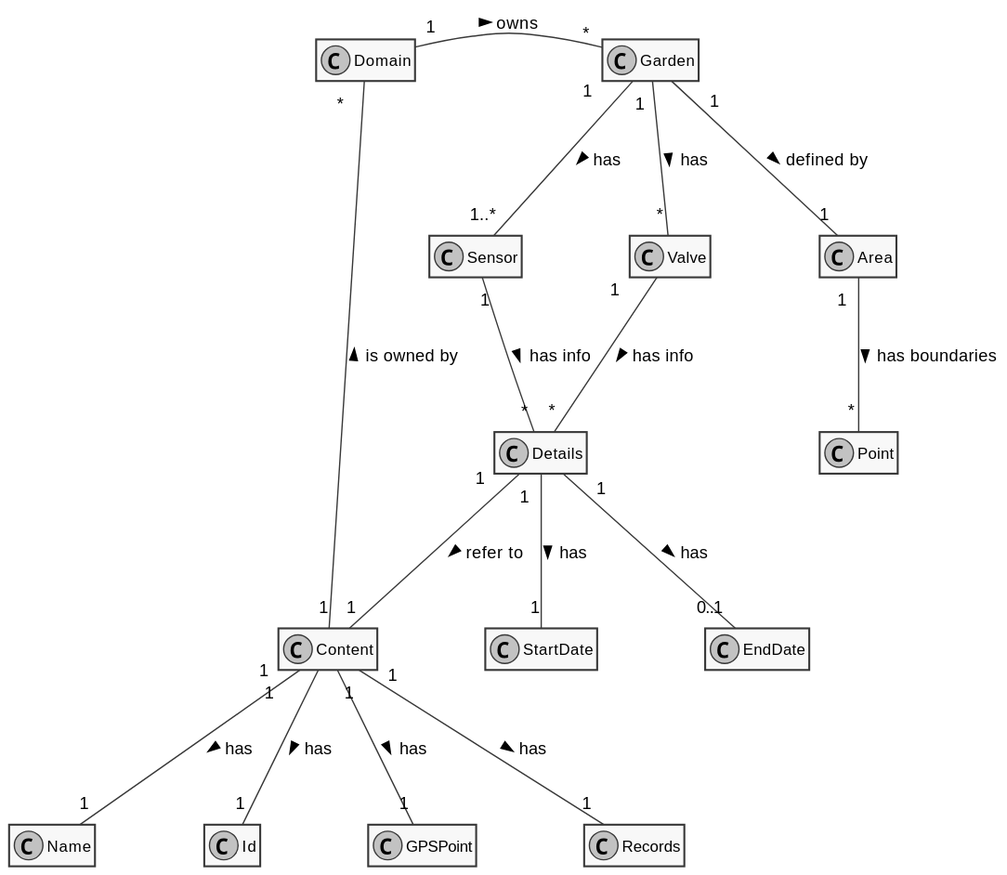
FilipeMCruz/sensae-console keeps this PlantUML diagram as docs/services/smart-irrigation/diagrams/model.svg. Above is the earlier version. The source it was exported from:
```plantuml
@startuml model

skinparam Monochrome true
skinparam Shadowing false
hide empty members

class Domain

class Sensor

class Valve

class Garden

class Area

class Point

class Details

class StartDate

class EndDate

class Content

class Name

class Id

class GPSPoint

class Records

Domain "1" - "*" Garden: owns >
Area "1" -- "*" Point: has boundaries >
Garden "1" -- "1" Area: defined by >
Garden "1" -- "1..*" Sensor: has >
Garden "1" -- "*" Valve: has >
Valve "1" -- "*" Details: has info >
Sensor "1" -- "*" Details: has info >
Details "1" -- "1" StartDate: has >
Details "1" -- "0..1" EndDate: has >
Details "1" -- "1" Content: refer to >
Content "1" -- "1" Records: has >
Content "1" -- "*" Domain: is owned by >
Content "1" -- "1" Name: has >
Content "1" -- "1" Id: has >
Content "1" -- "1" GPSPoint: has >

@enduml
```
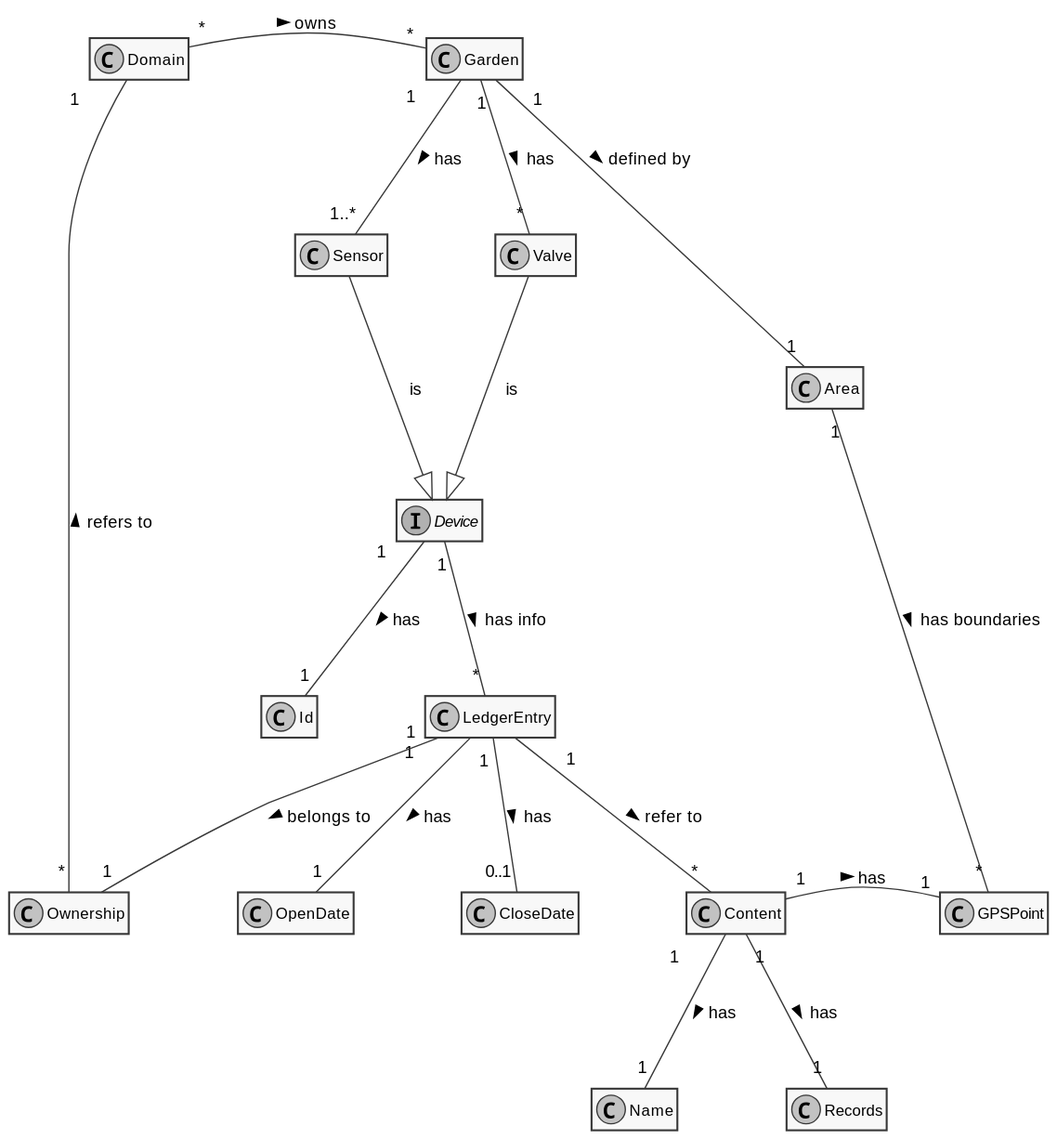
After the commit.

Diff of the diagram source:
```diff
@@ -12,17 +12,19 @@
 
 class Garden
 
+interface Device
+
 class Area
 
-class Point
-
-class Details
-
-class StartDate
-
-class EndDate
+class LedgerEntry
 
 class Content
+
+class Ownership
+
+class OpenDate
+
+class CloseDate
 
 class Name
 
@@ -32,20 +34,22 @@
 
 class Records
 
-Domain "1" - "*" Garden: owns >
-Area "1" -- "*" Point: has boundaries >
+Domain "*" - "*" Garden: owns >
+Area "1" -- "*" GPSPoint: has boundaries >
 Garden "1" -- "1" Area: defined by >
 Garden "1" -- "1..*" Sensor: has >
 Garden "1" -- "*" Valve: has >
-Valve "1" -- "*" Details: has info >
-Sensor "1" -- "*" Details: has info >
-Details "1" -- "1" StartDate: has >
-Details "1" -- "0..1" EndDate: has >
-Details "1" -- "1" Content: refer to >
+Valve --|> Device : is
+Sensor --|> Device : is
+Device "1" -- "*" LedgerEntry: has info >
+Device "1" -- "1" Id: has >
+LedgerEntry "1" -- "1" OpenDate: has >
+LedgerEntry "1" -- "0..1" CloseDate: has >
+LedgerEntry "1" -- "*" Content: refer to >
+LedgerEntry "1" -- "1" Ownership: belongs to >
 Content "1" -- "1" Records: has >
-Content "1" -- "*" Domain: is owned by >
 Content "1" -- "1" Name: has >
-Content "1" -- "1" Id: has >
-Content "1" -- "1" GPSPoint: has >
+Content "1" - "1" GPSPoint: has >
+Domain "1" ---- "*" Ownership: refers to <
 
 @enduml
```
